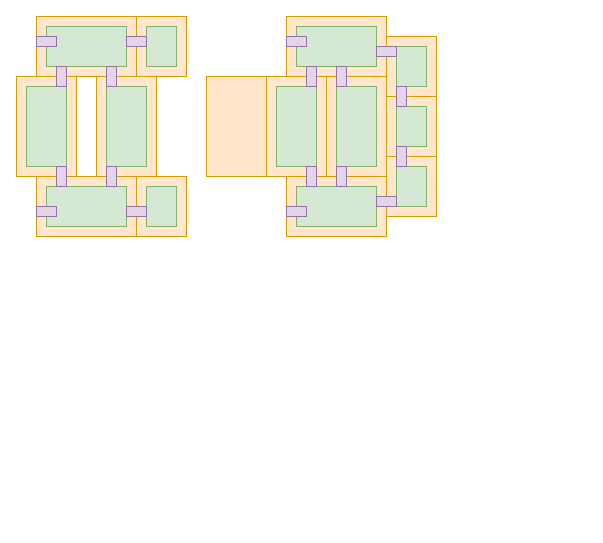
JohnHavenward/Draw.io_Diagrams keeps this draw.io diagram as StarRupture/BASE.drawio. Above is the earlier version. Source tidied: cells renumbered, new cells numbered last; positions are measured from the earlier drawing's top-left corner, leaving out a move shared by most shapes. Both pictures are drawn from the tidied source at 100%, with x=0, y=0 at pixel (-4, 16).
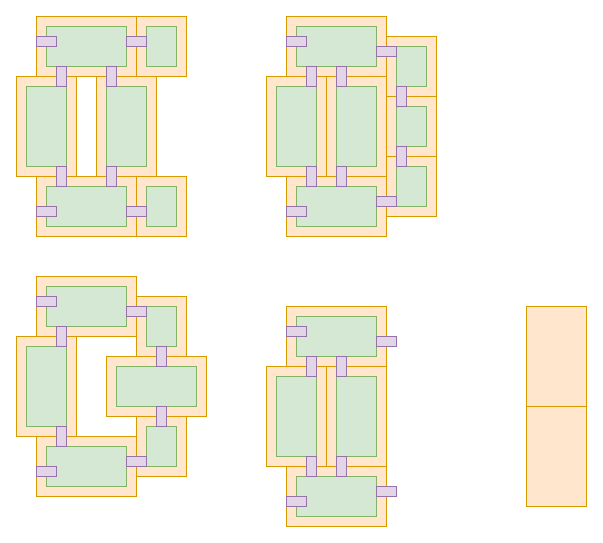
Above is the later version.

The edit, as a diff of the source:
```diff
@@
-    <mxCell id="46" style="rounded=0;whiteSpace=wrap;html=1;rotation=90;fillColor=#ffe6cc;strokeColor=#d79b00;" parent="1" vertex="1">
-      <mxGeometry x="190" y="80" width="100" height="60" as="geometry" />
-    </mxCell>
+    <mxCell id="47" style="rounded=0;whiteSpace=wrap;html=1;fillColor=#ffe6cc;strokeColor=#d79b00;fillStyle=auto;strokeWidth=1;perimeterSpacing=0;" parent="1" vertex="1">
+      <mxGeometry x="290" y="290" width="100" height="60" as="geometry" />
+    </mxCell>
+    <mxCell id="48" style="rounded=0;whiteSpace=wrap;html=1;rotation=90;fillColor=#ffe6cc;strokeColor=#d79b00;" parent="1" vertex="1">
+      <mxGeometry x="250" y="370" width="100" height="60" as="geometry" />
+    </mxCell>
+    <mxCell id="49" style="rounded=0;whiteSpace=wrap;html=1;rotation=90;fillColor=#ffe6cc;strokeColor=#d79b00;" parent="1" vertex="1">
+      <mxGeometry x="310" y="370" width="100" height="60" as="geometry" />
+    </mxCell>
+    <mxCell id="50" style="rounded=0;whiteSpace=wrap;html=1;fillColor=#d5e8d4;strokeColor=#82b366;" parent="1" vertex="1">
+      <mxGeometry x="300" y="300" width="80" height="40" as="geometry" />
+    </mxCell>
+    <mxCell id="51" style="rounded=0;whiteSpace=wrap;html=1;rotation=90;fillColor=#d5e8d4;strokeColor=#82b366;" parent="1" vertex="1">
+      <mxGeometry x="260" y="380" width="80" height="40" as="geometry" />
+    </mxCell>
+    <mxCell id="52" style="rounded=0;whiteSpace=wrap;html=1;rotation=90;fillColor=#d5e8d4;strokeColor=#82b366;" parent="1" vertex="1">
+      <mxGeometry x="320" y="380" width="80" height="40" as="geometry" />
+    </mxCell>
+    <mxCell id="53" style="rounded=0;whiteSpace=wrap;html=1;fillColor=#ffe6cc;strokeColor=#d79b00;fillStyle=auto;strokeWidth=1;perimeterSpacing=0;" parent="1" vertex="1">
+      <mxGeometry x="290" y="450" width="100" height="60" as="geometry" />
+    </mxCell>
+    <mxCell id="54" style="rounded=0;whiteSpace=wrap;html=1;fillColor=#d5e8d4;strokeColor=#82b366;" parent="1" vertex="1">
+      <mxGeometry x="300" y="460" width="80" height="40" as="geometry" />
+    </mxCell>
+    <mxCell id="55" style="rounded=0;whiteSpace=wrap;html=1;fillColor=#e1d5e7;strokeColor=#9673a6;" parent="1" vertex="1">
+      <mxGeometry x="340" y="440" width="10" height="20" as="geometry" />
+    </mxCell>
+    <mxCell id="56" style="rounded=0;whiteSpace=wrap;html=1;fillColor=#e1d5e7;strokeColor=#9673a6;" parent="1" vertex="1">
+      <mxGeometry x="310" y="340" width="10" height="20" as="geometry" />
+    </mxCell>
+    <mxCell id="57" style="rounded=0;whiteSpace=wrap;html=1;fillColor=#e1d5e7;strokeColor=#9673a6;" parent="1" vertex="1">
+      <mxGeometry x="380" y="320" width="20" height="10" as="geometry" />
+    </mxCell>
+    <mxCell id="58" style="rounded=0;whiteSpace=wrap;html=1;fillColor=#e1d5e7;strokeColor=#9673a6;" parent="1" vertex="1">
+      <mxGeometry x="340" y="340" width="10" height="20" as="geometry" />
+    </mxCell>
+    <mxCell id="59" style="rounded=0;whiteSpace=wrap;html=1;fillColor=#e1d5e7;strokeColor=#9673a6;" parent="1" vertex="1">
+      <mxGeometry x="310" y="440" width="10" height="20" as="geometry" />
+    </mxCell>
+    <mxCell id="60" style="rounded=0;whiteSpace=wrap;html=1;fillColor=#e1d5e7;strokeColor=#9673a6;" parent="1" vertex="1">
+      <mxGeometry x="380" y="470" width="20" height="10" as="geometry" />
+    </mxCell>
+    <mxCell id="61" style="rounded=0;whiteSpace=wrap;html=1;fillColor=#e1d5e7;strokeColor=#9673a6;" parent="1" vertex="1">
+      <mxGeometry x="290" y="480" width="20" height="10" as="geometry" />
+    </mxCell>
+    <mxCell id="62" style="rounded=0;whiteSpace=wrap;html=1;fillColor=#e1d5e7;strokeColor=#9673a6;" parent="1" vertex="1">
+      <mxGeometry x="290" y="310" width="20" height="10" as="geometry" />
+    </mxCell>
+    <mxCell id="63" style="rounded=0;whiteSpace=wrap;html=1;rotation=90;fillColor=#ffe6cc;strokeColor=#d79b00;" parent="1" vertex="1">
+      <mxGeometry x="510" y="310" width="100" height="60" as="geometry" />
+    </mxCell>
+    <mxCell id="64" style="rounded=0;whiteSpace=wrap;html=1;rotation=90;fillColor=#ffe6cc;strokeColor=#d79b00;" parent="1" vertex="1">
+      <mxGeometry x="510" y="410" width="100" height="60" as="geometry" />
+    </mxCell>
+    <mxCell id="65" style="rounded=0;whiteSpace=wrap;html=1;fillColor=#ffe6cc;strokeColor=#d79b00;fillStyle=auto;strokeWidth=1;perimeterSpacing=0;" parent="1" vertex="1">
+      <mxGeometry x="40" y="260" width="100" height="60" as="geometry" />
+    </mxCell>
+    <mxCell id="66" style="rounded=0;whiteSpace=wrap;html=1;rotation=90;fillColor=#ffe6cc;strokeColor=#d79b00;" parent="1" vertex="1">
+      <mxGeometry y="340" width="100" height="60" as="geometry" />
+    </mxCell>
+    <mxCell id="67" style="rounded=0;whiteSpace=wrap;html=1;rotation=90;fillColor=#ffe6cc;strokeColor=#d79b00;direction=south;" parent="1" vertex="1">
+      <mxGeometry x="130" y="320" width="60" height="100" as="geometry" />
+    </mxCell>
+    <mxCell id="68" style="rounded=0;whiteSpace=wrap;html=1;fillColor=#d5e8d4;strokeColor=#82b366;" parent="1" vertex="1">
+      <mxGeometry x="50" y="270" width="80" height="40" as="geometry" />
+    </mxCell>
+    <mxCell id="69" style="rounded=0;whiteSpace=wrap;html=1;rotation=90;fillColor=#d5e8d4;strokeColor=#82b366;" parent="1" vertex="1">
+      <mxGeometry x="10" y="350" width="80" height="40" as="geometry" />
+    </mxCell>
+    <mxCell id="70" style="rounded=0;whiteSpace=wrap;html=1;rotation=90;fillColor=#d5e8d4;strokeColor=#82b366;direction=south;" parent="1" vertex="1">
+      <mxGeometry x="140" y="330" width="40" height="80" as="geometry" />
+    </mxCell>
+    <mxCell id="71" style="rounded=0;whiteSpace=wrap;html=1;fillColor=#ffe6cc;strokeColor=#d79b00;fillStyle=auto;strokeWidth=1;perimeterSpacing=0;" parent="1" vertex="1">
+      <mxGeometry x="40" y="420" width="100" height="60" as="geometry" />
+    </mxCell>
+    <mxCell id="72" style="rounded=0;whiteSpace=wrap;html=1;fillColor=#d5e8d4;strokeColor=#82b366;" parent="1" vertex="1">
+      <mxGeometry x="50" y="430" width="80" height="40" as="geometry" />
+    </mxCell>
+    <mxCell id="73" style="rounded=0;whiteSpace=wrap;html=1;fillColor=#ffe6cc;strokeColor=#d79b00;fillStyle=auto;strokeWidth=1;perimeterSpacing=0;" parent="1" vertex="1">
+      <mxGeometry x="140" y="280" width="50" height="60" as="geometry" />
+    </mxCell>
+    <mxCell id="74" style="rounded=0;whiteSpace=wrap;html=1;fillColor=#d5e8d4;strokeColor=#82b366;" parent="1" vertex="1">
+      <mxGeometry x="150" y="290" width="30" height="40" as="geometry" />
+    </mxCell>
+    <mxCell id="75" style="rounded=0;whiteSpace=wrap;html=1;fillColor=#ffe6cc;strokeColor=#d79b00;fillStyle=auto;strokeWidth=1;perimeterSpacing=0;" parent="1" vertex="1">
+      <mxGeometry x="140" y="400" width="50" height="60" as="geometry" />
+    </mxCell>
+    <mxCell id="76" style="rounded=0;whiteSpace=wrap;html=1;fillColor=#d5e8d4;strokeColor=#82b366;" parent="1" vertex="1">
+      <mxGeometry x="150" y="410" width="30" height="40" as="geometry" />
+    </mxCell>
+    <mxCell id="77" style="rounded=0;whiteSpace=wrap;html=1;fillColor=#e1d5e7;strokeColor=#9673a6;" parent="1" vertex="1">
+      <mxGeometry x="60" y="410" width="10" height="20" as="geometry" />
+    </mxCell>
+    <mxCell id="78" style="rounded=0;whiteSpace=wrap;html=1;fillColor=#e1d5e7;strokeColor=#9673a6;" parent="1" vertex="1">
+      <mxGeometry x="60" y="310" width="10" height="20" as="geometry" />
+    </mxCell>
+    <mxCell id="79" style="rounded=0;whiteSpace=wrap;html=1;fillColor=#e1d5e7;strokeColor=#9673a6;" parent="1" vertex="1">
+      <mxGeometry x="40" y="280" width="20" height="10" as="geometry" />
+    </mxCell>
+    <mxCell id="80" style="rounded=0;whiteSpace=wrap;html=1;fillColor=#e1d5e7;strokeColor=#9673a6;" parent="1" vertex="1">
+      <mxGeometry x="40" y="450" width="20" height="10" as="geometry" />
+    </mxCell>
+    <mxCell id="81" style="rounded=0;whiteSpace=wrap;html=1;fillColor=#e1d5e7;strokeColor=#9673a6;" parent="1" vertex="1">
+      <mxGeometry x="130" y="290" width="20" height="10" as="geometry" />
+    </mxCell>
+    <mxCell id="82" style="rounded=0;whiteSpace=wrap;html=1;fillColor=#e1d5e7;strokeColor=#9673a6;" parent="1" vertex="1">
+      <mxGeometry x="130" y="440" width="20" height="10" as="geometry" />
+    </mxCell>
+    <mxCell id="83" style="rounded=0;whiteSpace=wrap;html=1;fillColor=#e1d5e7;strokeColor=#9673a6;" parent="1" vertex="1">
+      <mxGeometry x="160" y="390" width="10" height="20" as="geometry" />
+    </mxCell>
+    <mxCell id="84" style="rounded=0;whiteSpace=wrap;html=1;fillColor=#e1d5e7;strokeColor=#9673a6;" parent="1" vertex="1">
+      <mxGeometry x="160" y="330" width="10" height="20" as="geometry" />
+    </mxCell>
```
